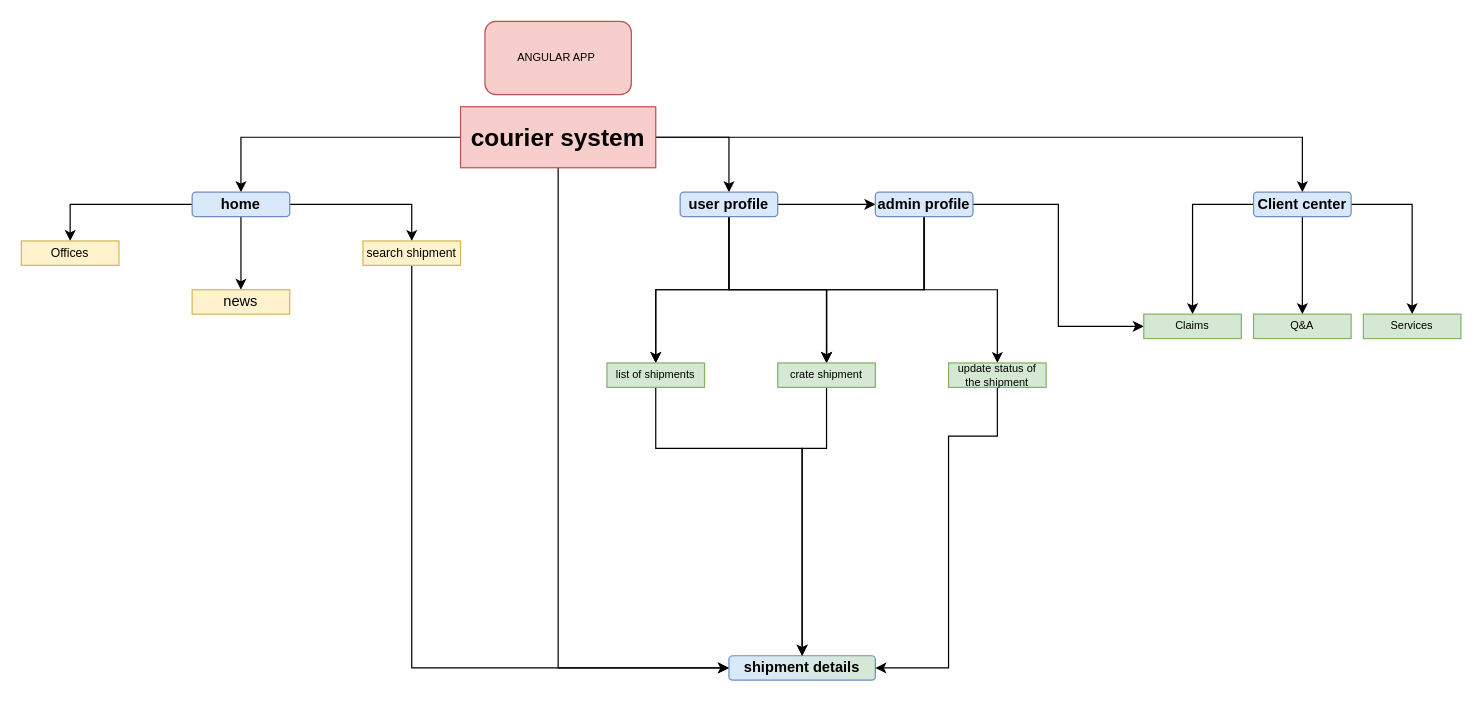
Earlier version of the draw.io diagram page "Angular app" (2 of 3) of charts/logistic project.drawio (Ivnchev/courier-application). Source tidied: cells renumbered, new cells numbered last; positions are measured from the earlier drawing's top-left corner, leaving out a move shared by most shapes. Both pictures are drawn from the tidied source at 122%, with x=0, y=0 at pixel (21, 21).
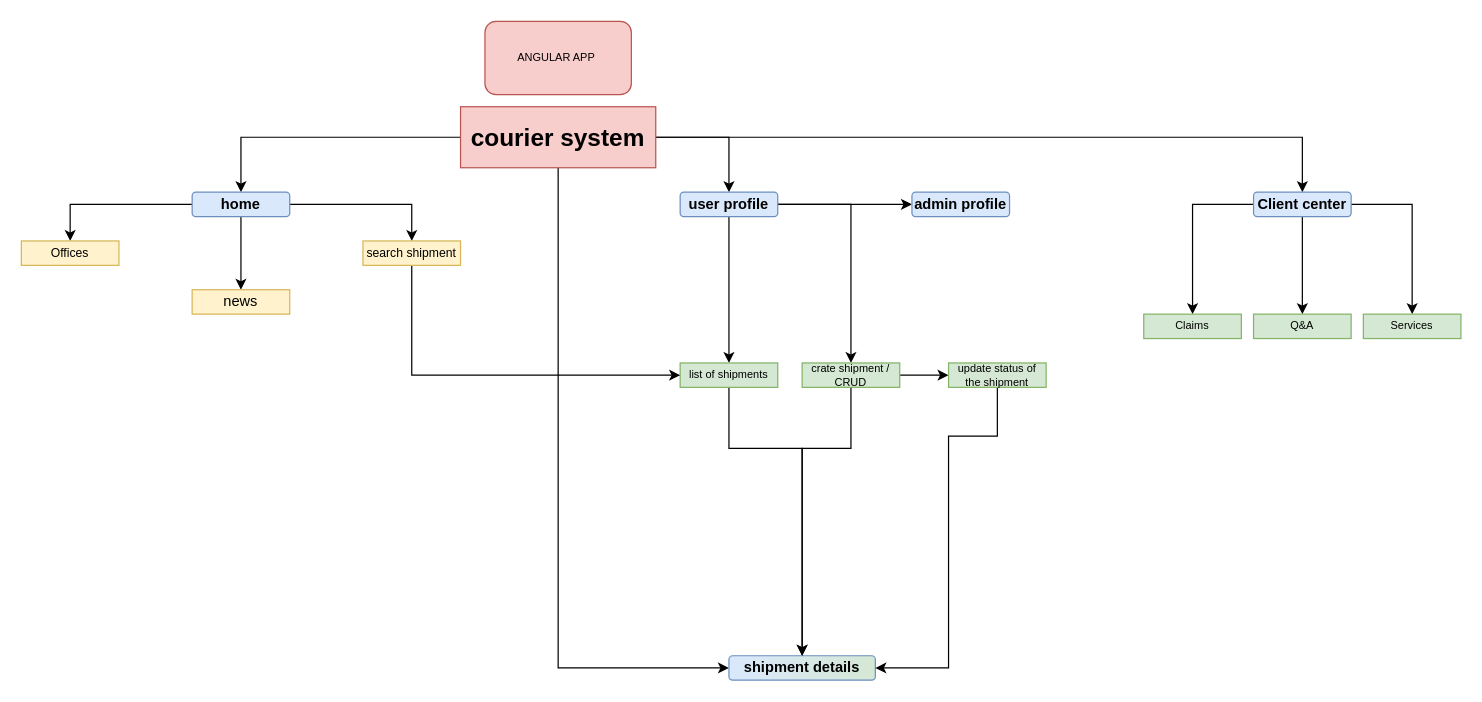
After the change.

Unchanged cells that the change refers to:
```xml
<mxCell id="12" value="shipment details" style="rounded=1;whiteSpace=wrap;html=1;fontSize=12;fillColor=#dae8fc;strokeColor=#6c8ebf;fontStyle=1;gradientDirection=east;gradientColor=#D5E8D4;" parent="1" vertex="1">
  <mxGeometry x="580" y="520" width="120" height="20" as="geometry" />
</mxCell>
<mxCell id="17" value="user profile" style="rounded=1;whiteSpace=wrap;html=1;fillColor=#dae8fc;strokeColor=#6c8ebf;fontSize=12;fontStyle=1;" parent="1" vertex="1">
  <mxGeometry x="540" y="140" width="80" height="20" as="geometry" />
</mxCell>
<mxCell id="24" value="update status of the shipment" style="rounded=0;whiteSpace=wrap;html=1;fontSize=9;fillColor=#d5e8d4;strokeColor=#82b366;" parent="1" vertex="1">
  <mxGeometry x="760" y="280" width="80" height="20" as="geometry" />
</mxCell>
<mxCell id="35" value="search shipment" style="whiteSpace=wrap;html=1;rounded=0;fontSize=10;fillColor=#fff2cc;strokeColor=#d6b656;" parent="1" vertex="1">
  <mxGeometry x="280" y="180" width="80" height="20" as="geometry" />
</mxCell>
<mxCell id="39" value="Claims" style="rounded=0;whiteSpace=wrap;html=1;fillColor=#d5e8d4;strokeColor=#82b366;fontSize=9;" parent="1" vertex="1">
  <mxGeometry x="920" y="240" width="80" height="20" as="geometry" />
</mxCell>
```

Diff of the diagram source:
```diff
@@
-    <mxCell id="15" style="edgeStyle=orthogonalEdgeStyle;rounded=0;jettySize=auto;html=1;fontSize=10;exitX=0.5;exitY=1;exitDx=0;exitDy=0;entryX=0.5;entryY=0;entryDx=0;entryDy=0;" parent="1" edge="1" source="17" target="28">
-      <mxGeometry relative="1" as="geometry" />
-    </mxCell>
@@
-    <mxCell id="18" style="edgeStyle=orthogonalEdgeStyle;rounded=0;jettySize=auto;html=1;fontSize=9;" parent="1" edge="1" source="22" target="24">
+    <mxCell id="18" style="edgeStyle=orthogonalEdgeStyle;rounded=0;jettySize=auto;html=1;fontSize=9;exitX=1;exitY=0.5;exitDx=0;exitDy=0;" parent="1" edge="1" source="28" target="24">
       <mxGeometry relative="1" as="geometry" />
     </mxCell>
-    <mxCell id="19" style="edgeStyle=orthogonalEdgeStyle;rounded=0;jettySize=auto;html=1;fontSize=9;entryX=0.5;entryY=0;entryDx=0;entryDy=0;exitX=0.5;exitY=1;exitDx=0;exitDy=0;" parent="1" edge="1" source="22" target="28">
-      <mxGeometry relative="1" as="geometry" />
-    </mxCell>
-    <mxCell id="20" style="edgeStyle=orthogonalEdgeStyle;rounded=0;jettySize=auto;html=1;fontSize=9;entryX=0.5;entryY=0;entryDx=0;entryDy=0;" parent="1" edge="1" source="22" target="26">
-      <mxGeometry relative="1" as="geometry">
-        <Array as="points">
-          <mxPoint x="740" y="220" />
-          <mxPoint x="520" y="220" />
-        </Array>
-      </mxGeometry>
-    </mxCell>
-    <mxCell id="21" style="edgeStyle=orthogonalEdgeStyle;rounded=0;jettySize=auto;html=1;fontSize=20;entryX=0;entryY=0.5;entryDx=0;entryDy=0;" parent="1" edge="1" source="22" target="39">
-      <mxGeometry relative="1" as="geometry" />
-    </mxCell>
     <mxCell id="22" value="admin profile" style="rounded=1;whiteSpace=wrap;html=1;fillColor=#dae8fc;strokeColor=#6c8ebf;fontSize=12;fontStyle=1;" parent="1" vertex="1">
-      <mxGeometry x="700" y="140" width="80" height="20" as="geometry" />
+      <mxGeometry x="730" y="140" width="80" height="20" as="geometry" />
     </mxCell>
@@
-    <mxCell id="25" style="edgeStyle=orthogonalEdgeStyle;rounded=0;jettySize=auto;html=1;fontSize=9;entryX=0.5;entryY=0;entryDx=0;entryDy=0;" parent="1" edge="1" source="26" target="12">
+    <mxCell id="25" style="edgeStyle=orthogonalEdgeStyle;rounded=0;jettySize=auto;html=1;fontSize=9;entryX=0.5;entryY=0;entryDx=0;entryDy=0;exitX=0.5;exitY=1;exitDx=0;exitDy=0;" parent="1" edge="1" source="26" target="12">
       <mxGeometry relative="1" as="geometry">
         <Array as="points">
-          <mxPoint x="520" y="350" />
+          <mxPoint x="580" y="350" />
           <mxPoint x="640" y="350" />
         </Array>
       </mxGeometry>
     </mxCell>
     <mxCell id="26" value="list of shipments" style="rounded=0;whiteSpace=wrap;html=1;fontSize=9;fillColor=#d5e8d4;strokeColor=#82b366;" parent="1" vertex="1">
-      <mxGeometry x="480" y="280" width="80" height="20" as="geometry" />
+      <mxGeometry x="540" y="280" width="80" height="20" as="geometry" />
     </mxCell>
     <mxCell id="27" style="edgeStyle=orthogonalEdgeStyle;rounded=0;jettySize=auto;html=1;fontSize=20;entryX=0.5;entryY=0;entryDx=0;entryDy=0;" parent="1" edge="1" source="28" target="12">
       <mxGeometry relative="1" as="geometry">
         <Array as="points">
-          <mxPoint x="660" y="350" />
+          <mxPoint x="680" y="350" />
           <mxPoint x="640" y="350" />
         </Array>
       </mxGeometry>
     </mxCell>
-    <mxCell id="28" value="crate shipment" style="rounded=0;whiteSpace=wrap;html=1;fontSize=9;fillColor=#d5e8d4;strokeColor=#82b366;" parent="1" vertex="1">
-      <mxGeometry x="620" y="280" width="80" height="20" as="geometry" />
+    <mxCell id="28" value="crate shipment / CRUD" style="rounded=0;whiteSpace=wrap;html=1;fontSize=9;fillColor=#d5e8d4;strokeColor=#82b366;" parent="1" vertex="1">
+      <mxGeometry x="640" y="280" width="80" height="20" as="geometry" />
     </mxCell>
@@
-    <mxCell id="34" style="edgeStyle=orthogonalEdgeStyle;rounded=0;jettySize=auto;html=1;fontSize=20;entryX=0;entryY=0.5;entryDx=0;entryDy=0;exitX=0.5;exitY=1;exitDx=0;exitDy=0;" parent="1" edge="1" source="35" target="12">
+    <mxCell id="34" style="edgeStyle=orthogonalEdgeStyle;rounded=0;jettySize=auto;html=1;fontSize=20;entryX=0;entryY=0.5;entryDx=0;entryDy=0;exitX=0.5;exitY=1;exitDx=0;exitDy=0;" parent="1" edge="1" source="35" target="26">
       <mxGeometry relative="1" as="geometry">
         <Array as="points">
-          <mxPoint x="320" y="200" />
-          <mxPoint x="320" y="530" />
+          <mxPoint x="320" y="290" />
         </Array>
       </mxGeometry>
     </mxCell>
```
